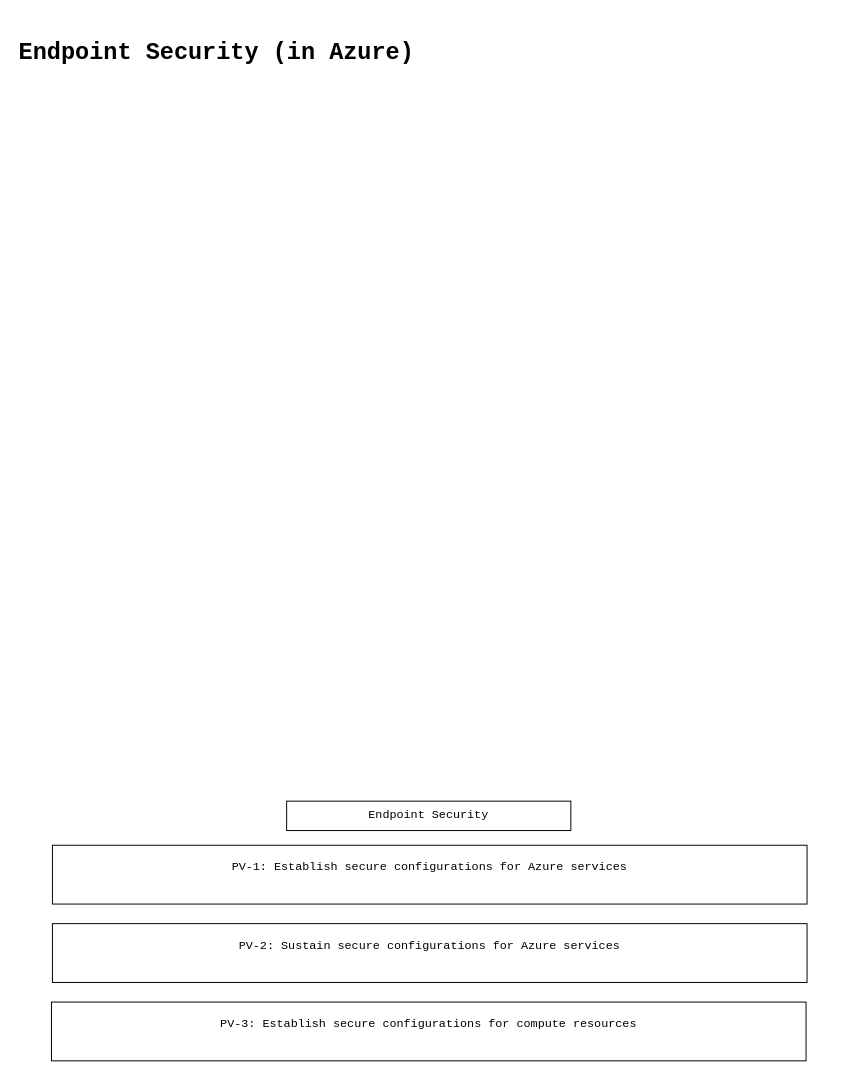
Earlier version of the draw.io diagram page "Endpoint Security" (10 of 12) of Cloud/Infrastructure_Security.drawio (hmahmood2351/Home_Labs). Source tidied: cells renumbered, new cells numbered last; positions are measured from the earlier drawing's top-left corner, leaving out a move shared by most shapes. Both pictures are drawn from the tidied source at 98%, with x=0, y=0 at pixel (17, 17).
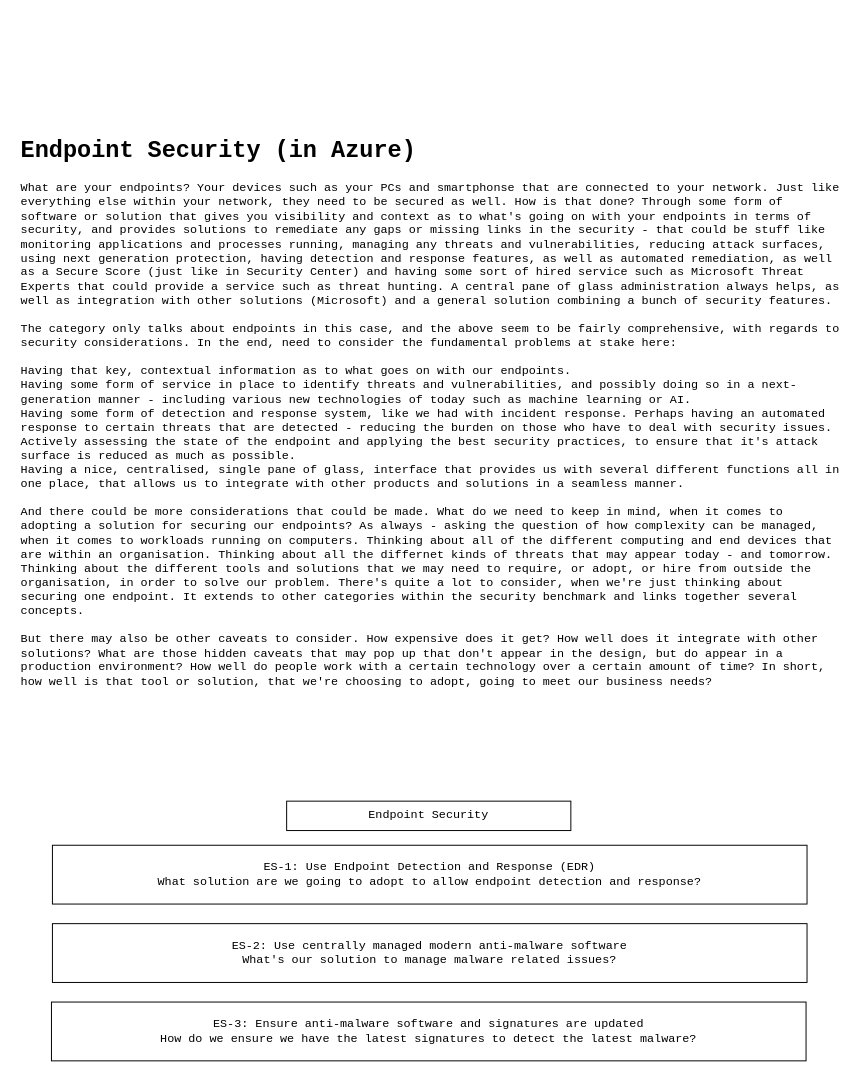
Above is the later version.

The edit, as a diff of the source:
```diff
@@
 <mxGraphModel>
   <root>
     <mxCell id="0" />
     <mxCell id="1" parent="0" />
-    <mxCell id="2" value="&lt;h1 style=&quot;color: rgb(0 , 0 , 0) ; font-family: &amp;#34;courier new&amp;#34; ; font-style: normal ; letter-spacing: normal ; text-align: left ; text-indent: 0px ; text-transform: none ; word-spacing: 0px&quot;&gt;Endpoint Security (in Azure)&lt;/h1&gt;" style="text;html=1;fontFamily=Courier New;labelBackgroundColor=none;verticalAlign=top;whiteSpace=wrap;" parent="1" vertex="1">
-      <mxGeometry width="838" height="560" as="geometry" />
+    <mxCell id="2" value="&lt;h1 style=&quot;color: rgb(0 , 0 , 0) ; font-family: &amp;#34;courier new&amp;#34; ; font-style: normal ; letter-spacing: normal ; text-align: left ; text-indent: 0px ; text-transform: none ; word-spacing: 0px&quot;&gt;Endpoint Security (in Azure)&lt;/h1&gt;&lt;div&gt;What are your endpoints? Your devices such as your PCs and smartphonse that are connected to your network. Just like everything else within your network, they need to be secured as well. How is that done? Through some form of software or solution that gives you visibility and context as to what's going on with your endpoints in terms of security, and provides solutions to remediate any gaps or missing links in the security - that could be stuff like monitoring applications and processes running, managing any threats and vulnerabilities, reducing attack surfaces, using next generation protection, having detection and response features, as well as automated remediation, as well as a Secure Score (just like in Security Center) and having some sort of hired service such as Microsoft Threat Experts that could provide a service such as threat hunting. A central pane of glass administration always helps, as well as integration with other solutions (Microsoft) and a general solution combining a bunch of security features.&lt;/div&gt;&lt;div&gt;&lt;br&gt;&lt;/div&gt;&lt;div&gt;The category only talks about endpoints in this case, and the above seem to be fairly comprehensive, with regards to security considerations. In the end, need to consider the fundamental problems at stake here:&lt;/div&gt;&lt;div&gt;&lt;br&gt;&lt;/div&gt;&lt;div&gt;Having that key, contextual information as to what goes on with our endpoints.&lt;/div&gt;&lt;div&gt;Having some form of service in place to identify threats and vulnerabilities, and possibly doing so in a next-generation manner - including various new technologies of today such as machine learning or AI.&lt;/div&gt;&lt;div&gt;Having some form of detection and response system, like we had with incident response. Perhaps having an automated response to certain threats that are detected - reducing the burden on those who have to deal with security issues.&lt;/div&gt;&lt;div&gt;Actively assessing the state of the endpoint and applying the best security practices, to ensure that it's attack surface is reduced as much as possible.&lt;/div&gt;&lt;div&gt;Having a nice, centralised, single pane of glass, interface that provides us with several different functions all in one place, that allows us to integrate with other products and solutions in a seamless manner.&lt;/div&gt;&lt;div&gt;&lt;br&gt;&lt;/div&gt;&lt;div&gt;And there could be more considerations that could be made. What do we need to keep in mind, when it comes to adopting a solution for securing our endpoints? As always - asking the question of how complexity can be managed, when it comes to workloads running on computers. Thinking about all of the different computing and end devices that are within an organisation. Thinking about all the differnet kinds of threats that may appear today - and tomorrow. Thinking about the different tools and solutions that we may need to require, or adopt, or hire from outside the organisation, in order to solve our problem. There's quite a lot to consider, when we're just thinking about securing one endpoint. It extends to other categories within the security benchmark and links together several concepts.&amp;nbsp;&lt;/div&gt;&lt;div&gt;&lt;br&gt;&lt;/div&gt;&lt;div&gt;But there may also be other caveats to consider. How expensive does it get? How well does it integrate with other solutions? What are those hidden caveats that may pop up that don't appear in the design, but do appear in a production environment? How well do people work with a certain technology over a certain amount of time? In short, how well is that tool or solution, that we're choosing to adopt, going to meet our business needs?&lt;/div&gt;" style="text;html=1;fontFamily=Courier New;labelBackgroundColor=none;verticalAlign=top;whiteSpace=wrap;" parent="1" vertex="1">
+      <mxGeometry x="1.5" y="100" width="838" height="630" as="geometry" />
     </mxCell>
     <mxCell id="3" value="Endpoint Security" style="rounded=0;whiteSpace=wrap;html=1;fontFamily=Courier New;align=center;" parent="1" vertex="1">
       <mxGeometry x="275" y="800" width="290" height="30" as="geometry" />
     </mxCell>
-    <mxCell id="4" value="&lt;div&gt;PV-1: Establish secure configurations for Azure services&lt;/div&gt;&lt;div&gt;&lt;br&gt;&lt;/div&gt;" style="rounded=0;whiteSpace=wrap;html=1;fontFamily=Courier New;align=center;" parent="1" vertex="1">
+    <mxCell id="4" value="&lt;div&gt;&lt;div&gt;ES-1: Use Endpoint Detection and Response (EDR)&lt;/div&gt;&lt;/div&gt;&lt;div&gt;What solution are we going to adopt to allow endpoint detection and response?&lt;/div&gt;" style="rounded=0;whiteSpace=wrap;html=1;fontFamily=Courier New;align=center;" parent="1" vertex="1">
       <mxGeometry x="36" y="845" width="770" height="60" as="geometry" />
     </mxCell>
-    <mxCell id="5" value="&lt;div&gt;PV-2: Sustain secure configurations for Azure services&lt;/div&gt;&lt;div&gt;&lt;br&gt;&lt;/div&gt;" style="rounded=0;whiteSpace=wrap;html=1;fontFamily=Courier New;align=center;" parent="1" vertex="1">
+    <mxCell id="5" value="&lt;div&gt;&lt;div&gt;ES-2: Use centrally managed modern anti-malware software&lt;/div&gt;&lt;/div&gt;&lt;div&gt;What's our solution to manage malware related issues?&lt;/div&gt;" style="rounded=0;whiteSpace=wrap;html=1;fontFamily=Courier New;align=center;" parent="1" vertex="1">
       <mxGeometry x="36" y="925" width="770" height="60" as="geometry" />
     </mxCell>
-    <mxCell id="6" value="&lt;div&gt;PV-3: Establish secure configurations for compute resources&lt;/div&gt;&lt;div&gt;&lt;br&gt;&lt;/div&gt;" style="rounded=0;whiteSpace=wrap;html=1;fontFamily=Courier New;align=center;" parent="1" vertex="1">
+    <mxCell id="6" value="&lt;div&gt;ES-3: Ensure anti-malware software and signatures are updated&lt;br&gt;&lt;/div&gt;&lt;div&gt;How do we ensure we have the latest signatures to detect the latest malware?&lt;/div&gt;" style="rounded=0;whiteSpace=wrap;html=1;fontFamily=Courier New;align=center;" parent="1" vertex="1">
       <mxGeometry x="35" y="1005" width="770" height="60" as="geometry" />
     </mxCell>
   </root>
 </mxGraphModel>
```
